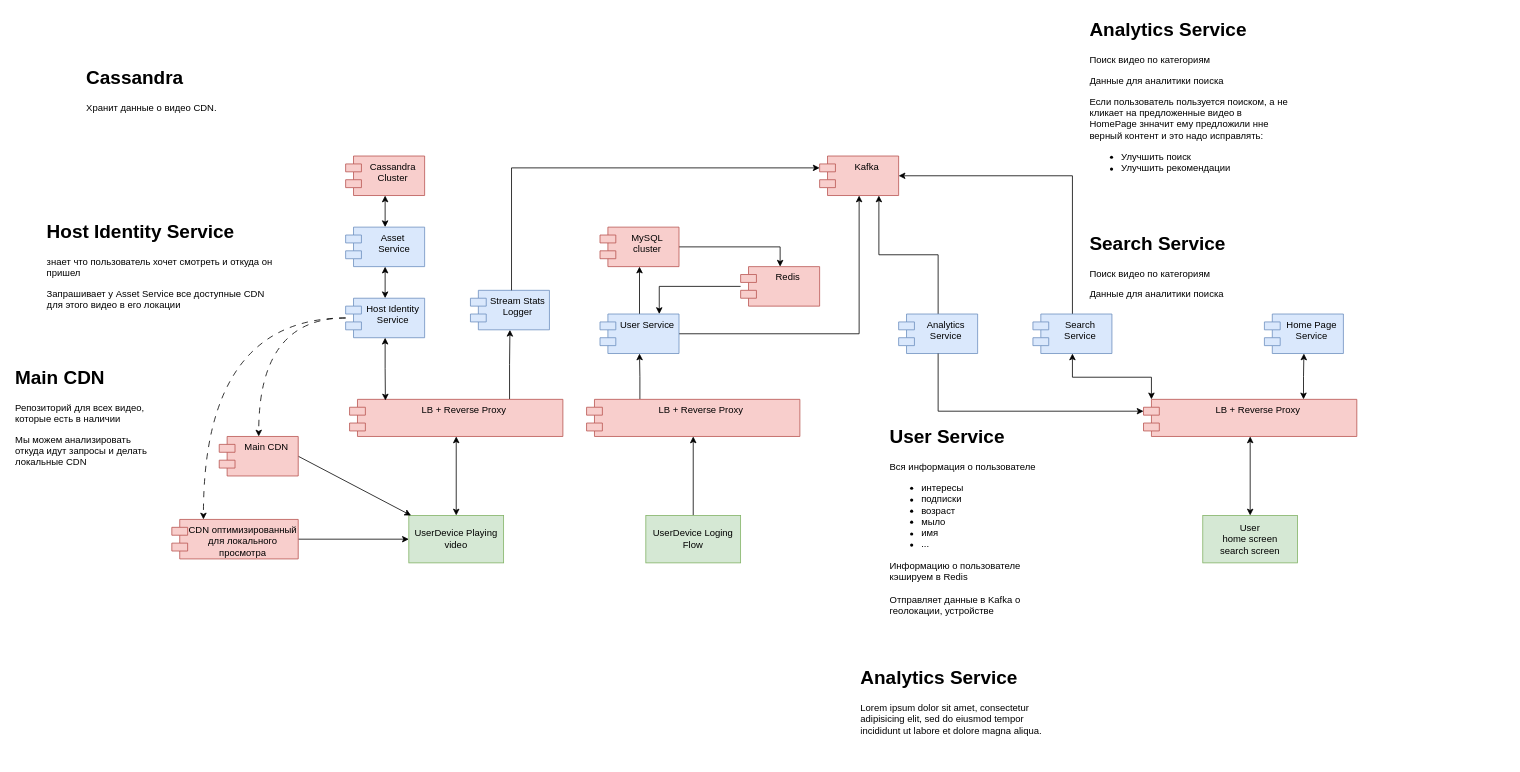
Before: page "UsersPlayingVideo" (3 of 4) of YouTubeNetflix.drawio in juhnowski/system_design, a draw.io diagram. Source tidied: cells renumbered, new cells numbered last; positions are measured from the earlier drawing's top-left corner, leaving out a move shared by most shapes. Both pictures are drawn from the tidied source at 79%, with x=0, y=0 at pixel (13, 13).
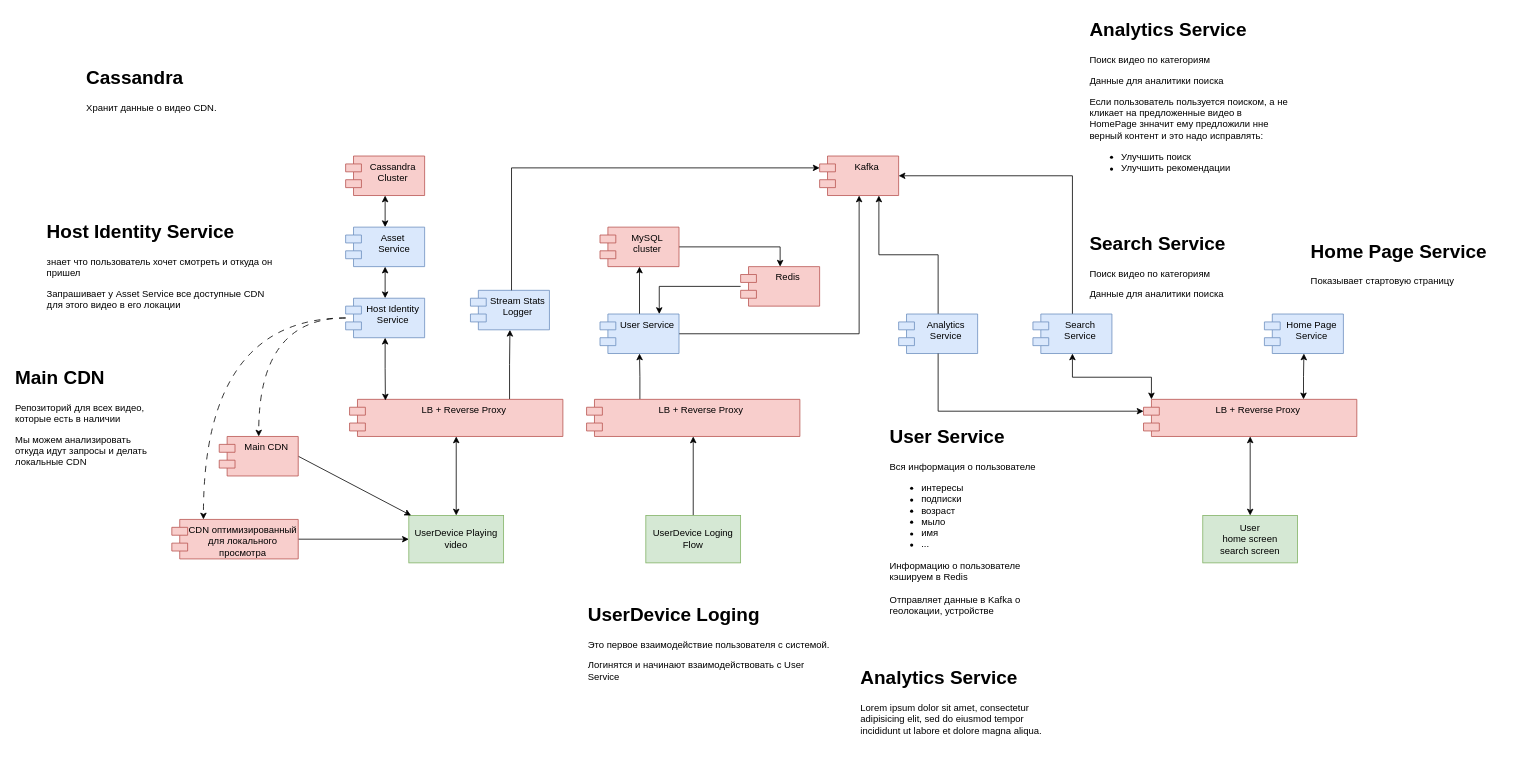
The same page after the edit.

Commit message:
YouTube continue

What changed in the source:
```diff
@@
+    <mxCell id="50" value="&lt;h1 style=&quot;margin-top: 0px;&quot;&gt;UserDevice Loging&lt;/h1&gt;&lt;p&gt;Это первое взаимодействие пользователя с системой.&lt;/p&gt;&lt;p&gt;Логинятся и начинают взаимодействовать с&amp;nbsp;&lt;span style=&quot;text-align: center; background-color: transparent; color: light-dark(rgb(0, 0, 0), rgb(255, 255, 255));&quot;&gt;User Service&lt;/span&gt;&lt;/p&gt;" style="text;html=1;whiteSpace=wrap;overflow=hidden;rounded=0;" parent="1" vertex="1">
+      <mxGeometry x="725" y="740" width="315" height="120" as="geometry" />
+    </mxCell>
+    <mxCell id="51" value="&lt;h1 style=&quot;margin-top: 0px;&quot;&gt;Home Page Service&lt;/h1&gt;&lt;p&gt;Показывает стартовую страницу&lt;/p&gt;" style="text;html=1;whiteSpace=wrap;overflow=hidden;rounded=0;" parent="1" vertex="1">
+      <mxGeometry x="1640" y="280" width="250" height="80" as="geometry" />
+    </mxCell>
```
